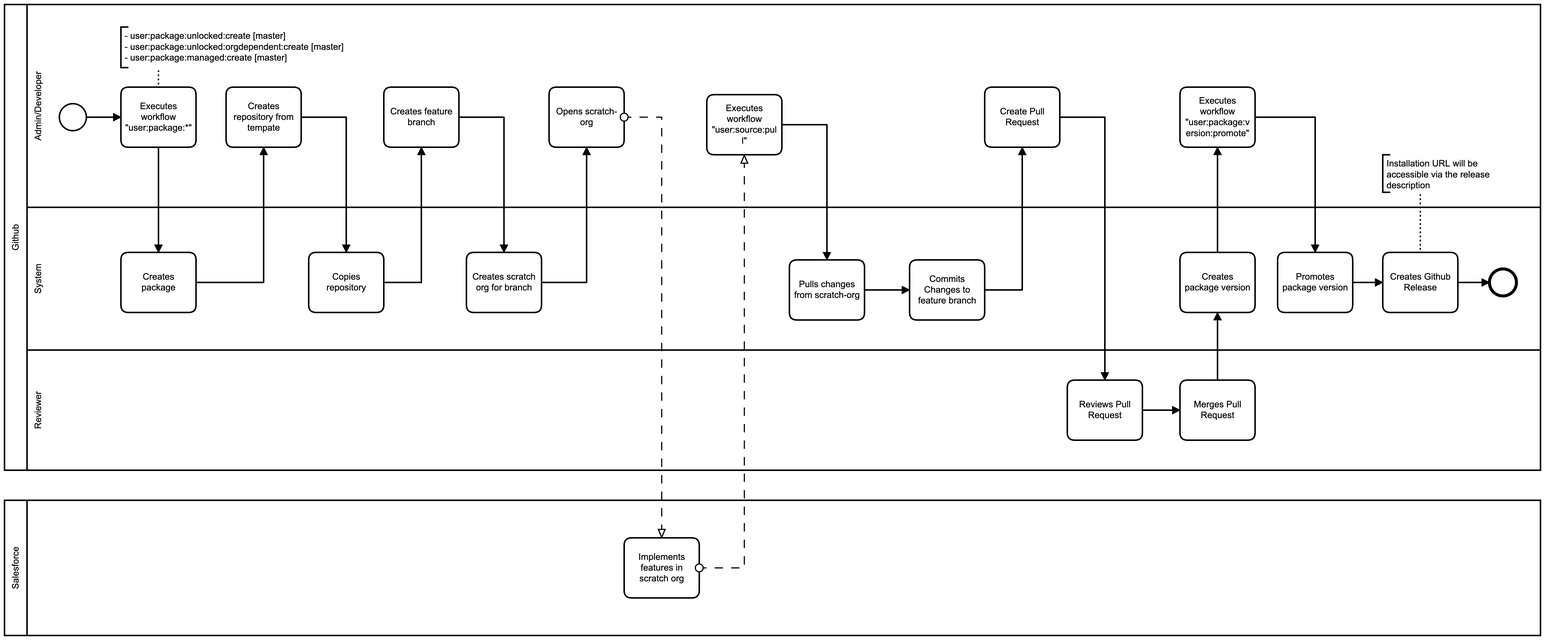
The BPMN diagram images/sfdx-github-wf.png in Oliver-Preuschl/sfdx-package-dev-template, before a commit. Its source is kept beside it as images/sfdx-github-wf.bpmn. Ids are renumbered.
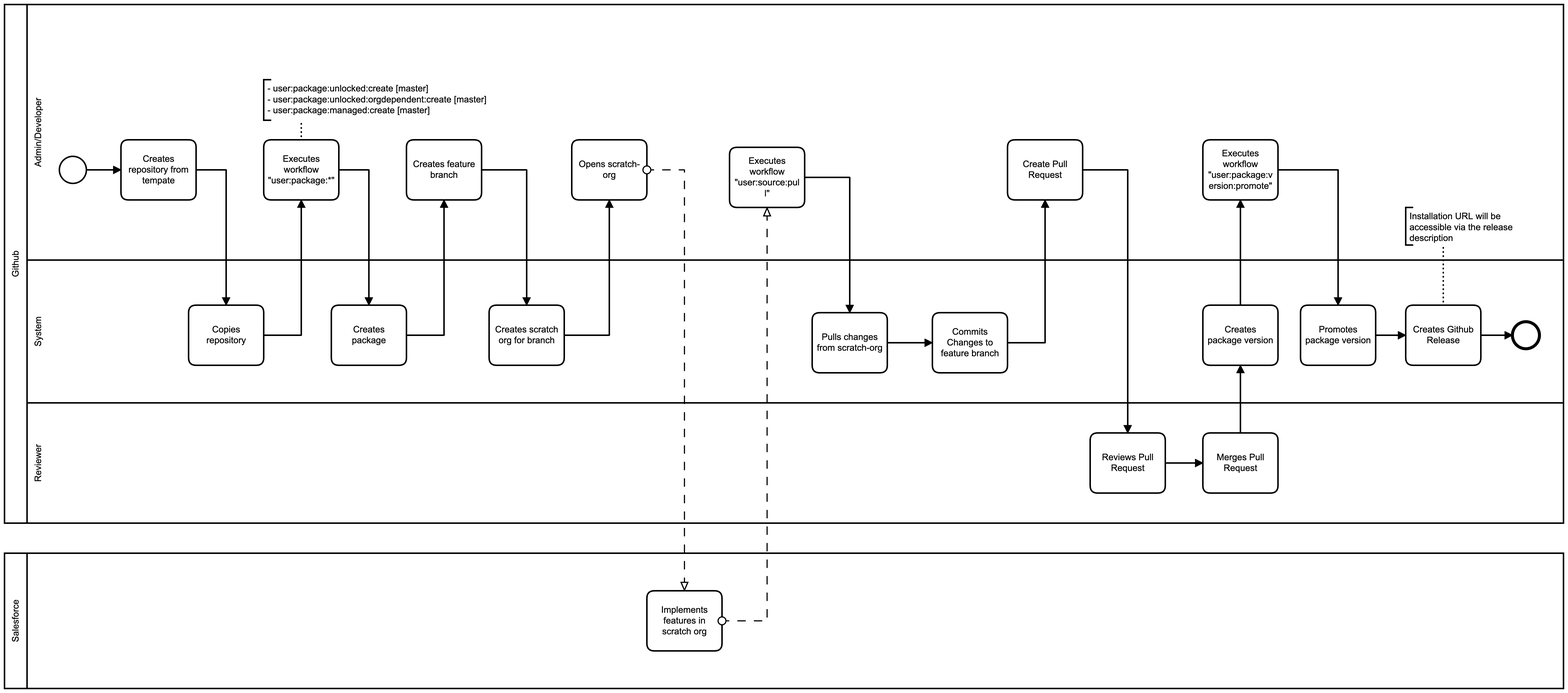
Above is the later version.

Change to the diagram source:
```diff
@@ -9,16 +9,10 @@
     <bpmn:laneSet id="LaneSet_n12">
-      <bpmn:lane id="Lane_n13" name="Admin/Developer">
-        <bpmn:flowNodeRef>StartEvent_1</bpmn:flowNodeRef>
-        <bpmn:flowNodeRef>Activity_n14</bpmn:flowNodeRef>
-        <bpmn:flowNodeRef>Activity_n15</bpmn:flowNodeRef>
-        <bpmn:flowNodeRef>Activity_n8</bpmn:flowNodeRef>
-        <bpmn:flowNodeRef>Activity_n16</bpmn:flowNodeRef>
-        <bpmn:flowNodeRef>Activity_n11</bpmn:flowNodeRef>
-        <bpmn:flowNodeRef>Activity_n17</bpmn:flowNodeRef>
-        <bpmn:flowNodeRef>Activity_n18</bpmn:flowNodeRef>
+      <bpmn:lane id="Lane_n29" name="Reviewer">
+        <bpmn:flowNodeRef>Activity_n30</bpmn:flowNodeRef>
+        <bpmn:flowNodeRef>Activity_n31</bpmn:flowNodeRef>
       </bpmn:lane>
       <bpmn:lane id="Lane_n19" name="System">
+        <bpmn:flowNodeRef>Activity_n22</bpmn:flowNodeRef>
         <bpmn:flowNodeRef>Activity_n20</bpmn:flowNodeRef>
         <bpmn:flowNodeRef>Activity_n21</bpmn:flowNodeRef>
-        <bpmn:flowNodeRef>Activity_n22</bpmn:flowNodeRef>
         <bpmn:flowNodeRef>Activity_n23</bpmn:flowNodeRef>
@@ -30,29 +24,26 @@
       </bpmn:lane>
-      <bpmn:lane id="Lane_n29" name="Reviewer">
-        <bpmn:flowNodeRef>Activity_n30</bpmn:flowNodeRef>
-        <bpmn:flowNodeRef>Activity_n31</bpmn:flowNodeRef>
+      <bpmn:lane id="Lane_n13" name="Admin/Developer">
+        <bpmn:flowNodeRef>StartEvent_1</bpmn:flowNodeRef>
+        <bpmn:flowNodeRef>Activity_n15</bpmn:flowNodeRef>
+        <bpmn:flowNodeRef>Activity_n14</bpmn:flowNodeRef>
+        <bpmn:flowNodeRef>Activity_n8</bpmn:flowNodeRef>
+        <bpmn:flowNodeRef>Activity_n16</bpmn:flowNodeRef>
+        <bpmn:flowNodeRef>Activity_n11</bpmn:flowNodeRef>
+        <bpmn:flowNodeRef>Activity_n17</bpmn:flowNodeRef>
+        <bpmn:flowNodeRef>Activity_n18</bpmn:flowNodeRef>
       </bpmn:lane>
     </bpmn:laneSet>
-    <bpmn:sequenceFlow id="Flow_n32" sourceRef="StartEvent_1" targetRef="Activity_n14" />
-    <bpmn:sequenceFlow id="Flow_n33" sourceRef="Activity_n15" targetRef="Activity_n22" />
-    <bpmn:sequenceFlow id="Flow_n34" sourceRef="Activity_n14" targetRef="Activity_n20" />
-    <bpmn:sequenceFlow id="Flow_n35" sourceRef="Activity_n20" targetRef="Activity_n15" />
-    <bpmn:sequenceFlow id="Flow_n36" sourceRef="Activity_n22" targetRef="Activity_n16" />
-    <bpmn:sequenceFlow id="Flow_n37" sourceRef="Activity_n16" targetRef="Activity_n21" />
-    <bpmn:sequenceFlow id="Flow_n38" sourceRef="Activity_n21" targetRef="Activity_n8" />
-    <bpmn:sequenceFlow id="Flow_n39" sourceRef="Activity_n11" targetRef="Activity_n23" />
-    <bpmn:sequenceFlow id="Flow_n40" sourceRef="Activity_n23" targetRef="Activity_n24" />
-    <bpmn:sequenceFlow id="Flow_n41" sourceRef="Activity_n24" targetRef="Activity_n17" />
-    <bpmn:sequenceFlow id="Flow_n42" sourceRef="Activity_n17" targetRef="Activity_n30" />
-    <bpmn:sequenceFlow id="Flow_n43" sourceRef="Activity_n30" targetRef="Activity_n31" />
-    <bpmn:sequenceFlow id="Flow_n44" sourceRef="Activity_n31" targetRef="Activity_n25" />
-    <bpmn:sequenceFlow id="Flow_n45" sourceRef="Activity_n25" targetRef="Activity_n18" />
-    <bpmn:sequenceFlow id="Flow_n46" sourceRef="Activity_n18" targetRef="Activity_n26" />
-    <bpmn:sequenceFlow id="Flow_n47" sourceRef="Activity_n26" targetRef="Activity_n27" />
-    <bpmn:sequenceFlow id="Flow_n48" sourceRef="Activity_n27" targetRef="Event_n28" />
     <bpmn:startEvent id="StartEvent_1">
-      <bpmn:outgoing>Flow_n32</bpmn:outgoing>
+      <bpmn:outgoing>Flow_n53</bpmn:outgoing>
     </bpmn:startEvent>
+    <bpmn:task id="Activity_n15" name="Creates repository from tempate">
+      <bpmn:incoming>Flow_n53</bpmn:incoming>
+      <bpmn:outgoing>Flow_n33</bpmn:outgoing>
+    </bpmn:task>
+    <bpmn:task id="Activity_n22" name="Copies repository">
+      <bpmn:incoming>Flow_n33</bpmn:incoming>
+      <bpmn:outgoing>Flow_n54</bpmn:outgoing>
+    </bpmn:task>
     <bpmn:task id="Activity_n14" name="Executes workflow &#34;user:package:*&#34;">
-      <bpmn:incoming>Flow_n32</bpmn:incoming>
+      <bpmn:incoming>Flow_n54</bpmn:incoming>
       <bpmn:outgoing>Flow_n34</bpmn:outgoing>
@@ -61,7 +52,3 @@
       <bpmn:incoming>Flow_n34</bpmn:incoming>
-      <bpmn:outgoing>Flow_n35</bpmn:outgoing>
-    </bpmn:task>
-    <bpmn:task id="Activity_n15" name="Creates repository from tempate">
-      <bpmn:incoming>Flow_n35</bpmn:incoming>
-      <bpmn:outgoing>Flow_n33</bpmn:outgoing>
+      <bpmn:outgoing>Flow_n55</bpmn:outgoing>
     </bpmn:task>
@@ -74,8 +61,4 @@
     </bpmn:task>
-    <bpmn:task id="Activity_n22" name="Copies repository">
-      <bpmn:incoming>Flow_n33</bpmn:incoming>
-      <bpmn:outgoing>Flow_n36</bpmn:outgoing>
-    </bpmn:task>
     <bpmn:task id="Activity_n16" name="Creates feature branch">
-      <bpmn:incoming>Flow_n36</bpmn:incoming>
+      <bpmn:incoming>Flow_n55</bpmn:incoming>
       <bpmn:outgoing>Flow_n37</bpmn:outgoing>
@@ -124,2 +107,19 @@
     </bpmn:task>
+    <bpmn:sequenceFlow id="Flow_n48" sourceRef="Activity_n27" targetRef="Event_n28" />
+    <bpmn:sequenceFlow id="Flow_n47" sourceRef="Activity_n26" targetRef="Activity_n27" />
+    <bpmn:sequenceFlow id="Flow_n46" sourceRef="Activity_n18" targetRef="Activity_n26" />
+    <bpmn:sequenceFlow id="Flow_n45" sourceRef="Activity_n25" targetRef="Activity_n18" />
+    <bpmn:sequenceFlow id="Flow_n44" sourceRef="Activity_n31" targetRef="Activity_n25" />
+    <bpmn:sequenceFlow id="Flow_n43" sourceRef="Activity_n30" targetRef="Activity_n31" />
+    <bpmn:sequenceFlow id="Flow_n42" sourceRef="Activity_n17" targetRef="Activity_n30" />
+    <bpmn:sequenceFlow id="Flow_n41" sourceRef="Activity_n24" targetRef="Activity_n17" />
+    <bpmn:sequenceFlow id="Flow_n40" sourceRef="Activity_n23" targetRef="Activity_n24" />
+    <bpmn:sequenceFlow id="Flow_n39" sourceRef="Activity_n11" targetRef="Activity_n23" />
+    <bpmn:sequenceFlow id="Flow_n38" sourceRef="Activity_n21" targetRef="Activity_n8" />
+    <bpmn:sequenceFlow id="Flow_n37" sourceRef="Activity_n16" targetRef="Activity_n21" />
+    <bpmn:sequenceFlow id="Flow_n33" sourceRef="Activity_n15" targetRef="Activity_n22" />
+    <bpmn:sequenceFlow id="Flow_n53" sourceRef="StartEvent_1" targetRef="Activity_n15" />
+    <bpmn:sequenceFlow id="Flow_n34" sourceRef="Activity_n14" targetRef="Activity_n20" />
+    <bpmn:sequenceFlow id="Flow_n54" sourceRef="Activity_n22" targetRef="Activity_n14" />
+    <bpmn:sequenceFlow id="Flow_n55" sourceRef="Activity_n20" targetRef="Activity_n16" />
     <bpmn:textAnnotation id="TextAnnotation_n49">
@@ -127,3 +127,2 @@
     </bpmn:textAnnotation>
-    <bpmn:association id="Association_n50" sourceRef="Activity_n27" targetRef="TextAnnotation_n49" />
     <bpmn:textAnnotation id="TextAnnotation_n51">
@@ -133,2 +132,3 @@
     </bpmn:textAnnotation>
+    <bpmn:association id="Association_n50" sourceRef="Activity_n27" targetRef="TextAnnotation_n49" />
     <bpmn:association id="Association_n52" sourceRef="Activity_n14" targetRef="TextAnnotation_n51" />
@@ -141,176 +141,177 @@
       <bpmndi:BPMNShape id="Participant_n3_di" bpmnElement="Participant_n3" isHorizontal="true">
-        <dc:Bounds x="185" y="70" width="2045" height="620" />
+        <dc:Bounds x="185" y="80" width="2075" height="690" />
+      </bpmndi:BPMNShape>
+      <bpmndi:BPMNShape id="Lane_n29_di" bpmnElement="Lane_n29" isHorizontal="true">
+        <dc:Bounds x="215" y="610" width="2045" height="160" />
+      </bpmndi:BPMNShape>
+      <bpmndi:BPMNShape id="Lane_n19_di" bpmnElement="Lane_n19" isHorizontal="true">
+        <dc:Bounds x="215" y="420" width="2045" height="190" />
       </bpmndi:BPMNShape>
       <bpmndi:BPMNShape id="Lane_n13_di" bpmnElement="Lane_n13" isHorizontal="true">
-        <dc:Bounds x="215" y="70" width="2015" height="270" />
-      </bpmndi:BPMNShape>
-      <bpmndi:BPMNShape id="Lane_n19_di" bpmnElement="Lane_n19" isHorizontal="true">
-        <dc:Bounds x="215" y="340" width="2015" height="190" />
-      </bpmndi:BPMNShape>
-      <bpmndi:BPMNShape id="Lane_n29_di" bpmnElement="Lane_n29" isHorizontal="true">
-        <dc:Bounds x="215" y="530" width="2015" height="160" />
+        <dc:Bounds x="215" y="80" width="2045" height="340" />
       </bpmndi:BPMNShape>
       <bpmndi:BPMNShape id="TextAnnotation_n49_di" bpmnElement="TextAnnotation_n49">
-        <dc:Bounds x="2020" y="270" width="170" height="50" />
+        <dc:Bounds x="2050" y="350" width="170" height="50" />
       </bpmndi:BPMNShape>
       <bpmndi:BPMNShape id="TextAnnotation_n51_di" bpmnElement="TextAnnotation_n51">
-        <dc:Bounds x="340" y="100" width="325" height="54" />
+        <dc:Bounds x="530" y="180" width="355" height="54" />
       </bpmndi:BPMNShape>
-      <bpmndi:BPMNEdge id="Flow_n32_di" bpmnElement="Flow_n32">
-        <di:waypoint x="294" y="220" />
-        <di:waypoint x="340" y="220" />
+      <bpmndi:BPMNEdge id="Flow_n48_di" bpmnElement="Flow_n48">
+        <di:waypoint x="2150" y="520" />
+        <di:waypoint x="2192" y="520" />
+      </bpmndi:BPMNEdge>
+      <bpmndi:BPMNEdge id="Flow_n47_di" bpmnElement="Flow_n47">
+        <di:waypoint x="2010" y="520" />
+        <di:waypoint x="2050" y="520" />
+      </bpmndi:BPMNEdge>
+      <bpmndi:BPMNEdge id="Flow_n46_di" bpmnElement="Flow_n46">
+        <di:waypoint x="1880" y="300" />
+        <di:waypoint x="1960" y="300" />
+        <di:waypoint x="1960" y="480" />
+      </bpmndi:BPMNEdge>
+      <bpmndi:BPMNEdge id="Flow_n45_di" bpmnElement="Flow_n45">
+        <di:waypoint x="1830" y="480" />
+        <di:waypoint x="1830" y="340" />
+      </bpmndi:BPMNEdge>
+      <bpmndi:BPMNEdge id="Flow_n44_di" bpmnElement="Flow_n44">
+        <di:waypoint x="1830" y="650" />
+        <di:waypoint x="1830" y="560" />
+      </bpmndi:BPMNEdge>
+      <bpmndi:BPMNEdge id="Flow_n43_di" bpmnElement="Flow_n43">
+        <di:waypoint x="1730" y="690" />
+        <di:waypoint x="1780" y="690" />
+      </bpmndi:BPMNEdge>
+      <bpmndi:BPMNEdge id="Flow_n42_di" bpmnElement="Flow_n42">
+        <di:waypoint x="1620" y="300" />
+        <di:waypoint x="1680" y="300" />
+        <di:waypoint x="1680" y="650" />
+      </bpmndi:BPMNEdge>
+      <bpmndi:BPMNEdge id="Flow_n41_di" bpmnElement="Flow_n41">
+        <di:waypoint x="1520" y="530" />
+        <di:waypoint x="1570" y="530" />
+        <di:waypoint x="1570" y="340" />
+      </bpmndi:BPMNEdge>
+      <bpmndi:BPMNEdge id="Flow_n40_di" bpmnElement="Flow_n40">
+        <di:waypoint x="1360" y="530" />
+        <di:waypoint x="1420" y="530" />
+      </bpmndi:BPMNEdge>
+      <bpmndi:BPMNEdge id="Flow_n39_di" bpmnElement="Flow_n39">
+        <di:waypoint x="1250" y="310" />
+        <di:waypoint x="1310" y="310" />
+        <di:waypoint x="1310" y="490" />
+      </bpmndi:BPMNEdge>
+      <bpmndi:BPMNEdge id="Flow_n38_di" bpmnElement="Flow_n38">
+        <di:waypoint x="930" y="520" />
+        <di:waypoint x="990" y="520" />
+        <di:waypoint x="990" y="340" />
+      </bpmndi:BPMNEdge>
+      <bpmndi:BPMNEdge id="Flow_n37_di" bpmnElement="Flow_n37">
+        <di:waypoint x="820" y="300" />
+        <di:waypoint x="880" y="300" />
+        <di:waypoint x="880" y="480" />
       </bpmndi:BPMNEdge>
       <bpmndi:BPMNEdge id="Flow_n33_di" bpmnElement="Flow_n33">
-        <di:waypoint x="580" y="220" />
-        <di:waypoint x="640" y="220" />
-        <di:waypoint x="640" y="400" />
+        <di:waypoint x="440" y="300" />
+        <di:waypoint x="480" y="300" />
+        <di:waypoint x="480" y="480" />
+      </bpmndi:BPMNEdge>
+      <bpmndi:BPMNEdge id="Flow_n53_di" bpmnElement="Flow_n53">
+        <di:waypoint x="294" y="300" />
+        <di:waypoint x="340" y="300" />
       </bpmndi:BPMNEdge>
       <bpmndi:BPMNEdge id="Flow_n34_di" bpmnElement="Flow_n34">
-        <di:waypoint x="390" y="260" />
-        <di:waypoint x="390" y="400" />
+        <di:waypoint x="630" y="300" />
+        <di:waypoint x="670" y="300" />
+        <di:waypoint x="670" y="480" />
       </bpmndi:BPMNEdge>
-      <bpmndi:BPMNEdge id="Flow_n35_di" bpmnElement="Flow_n35">
-        <di:waypoint x="440" y="440" />
-        <di:waypoint x="530" y="440" />
-        <di:waypoint x="530" y="260" />
+      <bpmndi:BPMNEdge id="Flow_n54_di" bpmnElement="Flow_n54">
+        <di:waypoint x="530" y="520" />
+        <di:waypoint x="580" y="520" />
+        <di:waypoint x="580" y="340" />
       </bpmndi:BPMNEdge>
-      <bpmndi:BPMNEdge id="Flow_n36_di" bpmnElement="Flow_n36">
-        <di:waypoint x="690" y="440" />
-        <di:waypoint x="740" y="440" />
-        <di:waypoint x="740" y="260" />
-      </bpmndi:BPMNEdge>
-      <bpmndi:BPMNEdge id="Flow_n37_di" bpmnElement="Flow_n37">
-        <di:waypoint x="790" y="220" />
-        <di:waypoint x="850" y="220" />
-        <di:waypoint x="850" y="400" />
-      </bpmndi:BPMNEdge>
-      <bpmndi:BPMNEdge id="Flow_n38_di" bpmnElement="Flow_n38">
-        <di:waypoint x="900" y="440" />
-        <di:waypoint x="960" y="440" />
-        <di:waypoint x="960" y="260" />
-      </bpmndi:BPMNEdge>
-      <bpmndi:BPMNEdge id="Flow_n39_di" bpmnElement="Flow_n39">
-        <di:waypoint x="1220" y="230" />
-        <di:waypoint x="1280" y="230" />
-        <di:waypoint x="1280" y="410" />
-      </bpmndi:BPMNEdge>
-      <bpmndi:BPMNEdge id="Flow_n40_di" bpmnElement="Flow_n40">
-        <di:waypoint x="1330" y="450" />
-        <di:waypoint x="1390" y="450" />
-      </bpmndi:BPMNEdge>
-      <bpmndi:BPMNEdge id="Flow_n41_di" bpmnElement="Flow_n41">
-        <di:waypoint x="1490" y="450" />
-        <di:waypoint x="1540" y="450" />
-        <di:waypoint x="1540" y="260" />
-      </bpmndi:BPMNEdge>
-      <bpmndi:BPMNEdge id="Flow_n42_di" bpmnElement="Flow_n42">
-        <di:waypoint x="1590" y="220" />
-        <di:waypoint x="1650" y="220" />
-        <di:waypoint x="1650" y="570" />
-      </bpmndi:BPMNEdge>
-      <bpmndi:BPMNEdge id="Flow_n43_di" bpmnElement="Flow_n43">
-        <di:waypoint x="1700" y="610" />
-        <di:waypoint x="1750" y="610" />
-      </bpmndi:BPMNEdge>
-      <bpmndi:BPMNEdge id="Flow_n44_di" bpmnElement="Flow_n44">
-        <di:waypoint x="1800" y="570" />
-        <di:waypoint x="1800" y="480" />
-      </bpmndi:BPMNEdge>
-      <bpmndi:BPMNEdge id="Flow_n45_di" bpmnElement="Flow_n45">
-        <di:waypoint x="1800" y="400" />
-        <di:waypoint x="1800" y="260" />
-      </bpmndi:BPMNEdge>
-      <bpmndi:BPMNEdge id="Flow_n46_di" bpmnElement="Flow_n46">
-        <di:waypoint x="1850" y="220" />
-        <di:waypoint x="1930" y="220" />
-        <di:waypoint x="1930" y="400" />
-      </bpmndi:BPMNEdge>
-      <bpmndi:BPMNEdge id="Flow_n47_di" bpmnElement="Flow_n47">
-        <di:waypoint x="1980" y="440" />
-        <di:waypoint x="2020" y="440" />
-      </bpmndi:BPMNEdge>
-      <bpmndi:BPMNEdge id="Flow_n48_di" bpmnElement="Flow_n48">
-        <di:waypoint x="2120" y="440" />
-        <di:waypoint x="2162" y="440" />
+      <bpmndi:BPMNEdge id="Flow_n55_di" bpmnElement="Flow_n55">
+        <di:waypoint x="720" y="520" />
+        <di:waypoint x="770" y="520" />
+        <di:waypoint x="770" y="340" />
       </bpmndi:BPMNEdge>
       <bpmndi:BPMNShape id="_BPMNShape_StartEvent_2" bpmnElement="StartEvent_1">
-        <dc:Bounds x="258" y="202" width="36" height="36" />
+        <dc:Bounds x="258" y="282" width="36" height="36" />
+      </bpmndi:BPMNShape>
+      <bpmndi:BPMNShape id="Activity_n15_di" bpmnElement="Activity_n15">
+        <dc:Bounds x="340" y="260" width="100" height="80" />
+      </bpmndi:BPMNShape>
+      <bpmndi:BPMNShape id="Activity_n22_di" bpmnElement="Activity_n22">
+        <dc:Bounds x="430" y="480" width="100" height="80" />
       </bpmndi:BPMNShape>
       <bpmndi:BPMNShape id="Activity_n14_di" bpmnElement="Activity_n14">
-        <dc:Bounds x="340" y="180" width="100" height="80" />
+        <dc:Bounds x="530" y="260" width="100" height="80" />
       </bpmndi:BPMNShape>
       <bpmndi:BPMNShape id="Activity_n20_di" bpmnElement="Activity_n20">
-        <dc:Bounds x="340" y="400" width="100" height="80" />
-      </bpmndi:BPMNShape>
-      <bpmndi:BPMNShape id="Activity_n15_di" bpmnElement="Activity_n15">
-        <dc:Bounds x="480" y="180" width="100" height="80" />
+        <dc:Bounds x="620" y="480" width="100" height="80" />
       </bpmndi:BPMNShape>
       <bpmndi:BPMNShape id="Activity_n21_di" bpmnElement="Activity_n21">
-        <dc:Bounds x="800" y="400" width="100" height="80" />
+        <dc:Bounds x="830" y="480" width="100" height="80" />
       </bpmndi:BPMNShape>
       <bpmndi:BPMNShape id="Activity_n8_di" bpmnElement="Activity_n8">
-        <dc:Bounds x="910" y="180" width="100" height="80" />
-      </bpmndi:BPMNShape>
-      <bpmndi:BPMNShape id="Activity_n22_di" bpmnElement="Activity_n22">
-        <dc:Bounds x="590" y="400" width="100" height="80" />
+        <dc:Bounds x="940" y="260" width="100" height="80" />
       </bpmndi:BPMNShape>
       <bpmndi:BPMNShape id="Activity_n16_di" bpmnElement="Activity_n16">
-        <dc:Bounds x="690" y="180" width="100" height="80" />
+        <dc:Bounds x="720" y="260" width="100" height="80" />
       </bpmndi:BPMNShape>
       <bpmndi:BPMNShape id="Activity_n11_di" bpmnElement="Activity_n11">
-        <dc:Bounds x="1120" y="190" width="100" height="80" />
+        <dc:Bounds x="1150" y="270" width="100" height="80" />
       </bpmndi:BPMNShape>
       <bpmndi:BPMNShape id="Activity_n23_di" bpmnElement="Activity_n23">
-        <dc:Bounds x="1230" y="410" width="100" height="80" />
+        <dc:Bounds x="1260" y="490" width="100" height="80" />
       </bpmndi:BPMNShape>
       <bpmndi:BPMNShape id="Activity_n24_di" bpmnElement="Activity_n24">
-        <dc:Bounds x="1390" y="410" width="100" height="80" />
+        <dc:Bounds x="1420" y="490" width="100" height="80" />
       </bpmndi:BPMNShape>
       <bpmndi:BPMNShape id="Activity_n17_di" bpmnElement="Activity_n17">
-        <dc:Bounds x="1490" y="180" width="100" height="80" />
+        <dc:Bounds x="1520" y="260" width="100" height="80" />
       </bpmndi:BPMNShape>
       <bpmndi:BPMNShape id="Activity_n25_di" bpmnElement="Activity_n25">
-        <dc:Bounds x="1750" y="400" width="100" height="80" />
+        <dc:Bounds x="1780" y="480" width="100" height="80" />
       </bpmndi:BPMNShape>
       <bpmndi:BPMNShape id="Activity_n18_di" bpmnElement="Activity_n18">
-        <dc:Bounds x="1750" y="180" width="100" height="80" />
+        <dc:Bounds x="1780" y="260" width="100" height="80" />
       </bpmndi:BPMNShape>
       <bpmndi:BPMNShape id="Activity_n26_di" bpmnElement="Activity_n26">
-        <dc:Bounds x="1880" y="400" width="100" height="80" />
+        <dc:Bounds x="1910" y="480" width="100" height="80" />
       </bpmndi:BPMNShape>
       <bpmndi:BPMNShape id="Activity_n27_di" bpmnElement="Activity_n27">
-        <dc:Bounds x="2020" y="400" width="100" height="80" />
+        <dc:Bounds x="2050" y="480" width="100" height="80" />
       </bpmndi:BPMNShape>
       <bpmndi:BPMNShape id="Event_n28_di" bpmnElement="Event_n28">
-        <dc:Bounds x="2162" y="422" width="36" height="36" />
+        <dc:Bounds x="2192" y="502" width="36" height="36" />
       </bpmndi:BPMNShape>
       <bpmndi:BPMNShape id="Activity_n30_di" bpmnElement="Activity_n30">
-        <dc:Bounds x="1600" y="570" width="100" height="80" />
+        <dc:Bounds x="1630" y="650" width="100" height="80" />
       </bpmndi:BPMNShape>
       <bpmndi:BPMNShape id="Activity_n31_di" bpmnElement="Activity_n31">
-        <dc:Bounds x="1750" y="570" width="100" height="80" />
+        <dc:Bounds x="1780" y="650" width="100" height="80" />
       </bpmndi:BPMNShape>
       <bpmndi:BPMNEdge id="Association_n50_di" bpmnElement="Association_n50">
-        <di:waypoint x="2070" y="400" />
-        <di:waypoint x="2070" y="320" />
+        <di:waypoint x="2100" y="480" />
+        <di:waypoint x="2100" y="400" />
       </bpmndi:BPMNEdge>
       <bpmndi:BPMNEdge id="Association_n52_di" bpmnElement="Association_n52">
-        <di:waypoint x="390" y="180" />
-        <di:waypoint x="390" y="154" />
+        <di:waypoint x="580" y="260" />
+        <di:waypoint x="580" y="234" />
       </bpmndi:BPMNEdge>
       <bpmndi:BPMNShape id="Participant_n5_di" bpmnElement="Participant_n5" isHorizontal="true">
-        <dc:Bounds x="185" y="730" width="2045" height="180" />
+        <dc:Bounds x="185" y="810" width="2075" height="180" />
       </bpmndi:BPMNShape>
       <bpmndi:BPMNShape id="Activity_n9_di" bpmnElement="Activity_n9">
-        <dc:Bounds x="1010" y="780" width="100" height="80" />
+        <dc:Bounds x="1040" y="860" width="100" height="80" />
       </bpmndi:BPMNShape>
       <bpmndi:BPMNEdge id="Flow_n7_di" bpmnElement="Flow_n7">
-        <di:waypoint x="1010" y="220" />
-        <di:waypoint x="1060" y="220" />
-        <di:waypoint x="1060" y="780" />
+        <di:waypoint x="1040" y="300" />
+        <di:waypoint x="1090" y="300" />
+        <di:waypoint x="1090" y="860" />
       </bpmndi:BPMNEdge>
       <bpmndi:BPMNEdge id="Flow_n10_di" bpmnElement="Flow_n10">
-        <di:waypoint x="1110" y="820" />
-        <di:waypoint x="1170" y="820" />
-        <di:waypoint x="1170" y="270" />
+        <di:waypoint x="1140" y="900" />
+        <di:waypoint x="1200" y="900" />
+        <di:waypoint x="1200" y="350" />
       </bpmndi:BPMNEdge>
```
